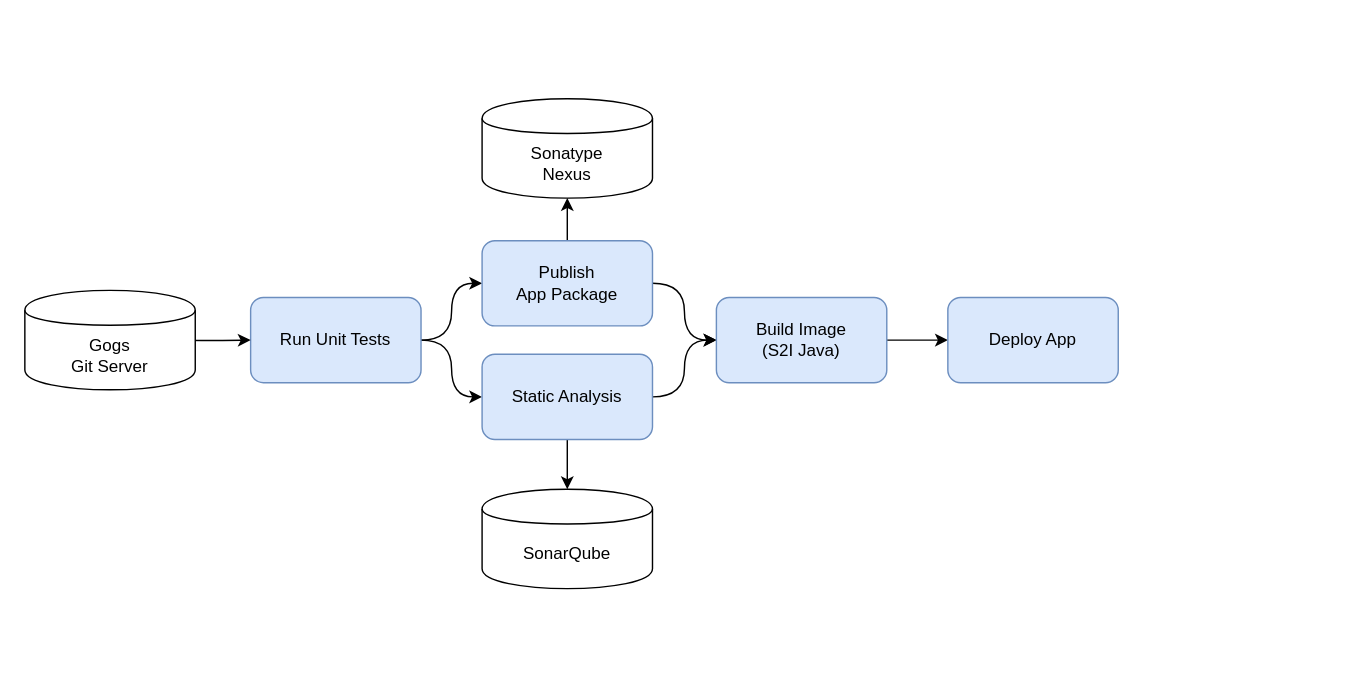
The draw.io diagram docs/pipeline-diagram.drawio in siamaksade/tekton-cd-demo, before the edit. Source tidied: cells renumbered, new cells numbered last; positions are measured from the earlier drawing's top-left corner, leaving out a move shared by most shapes. Both pictures are drawn from the tidied source at 142%, with x=0, y=0 at pixel (24, 98).
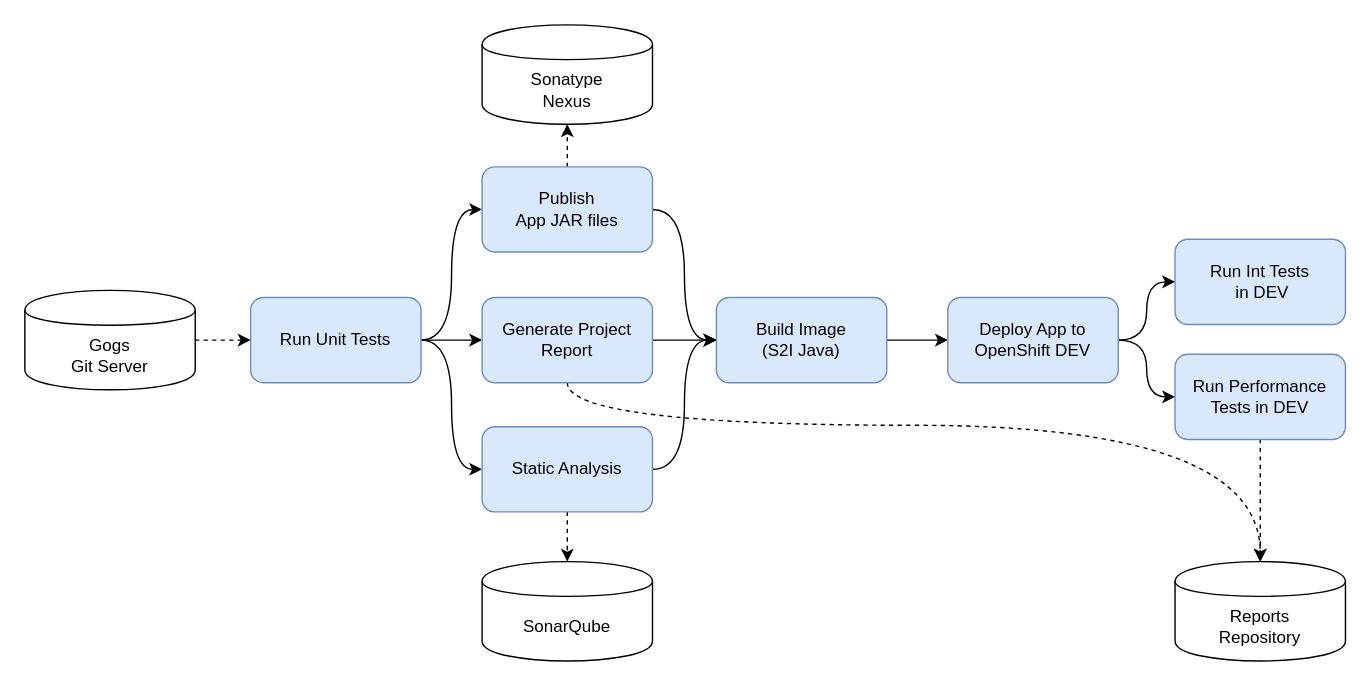
Above is the later version.

Unchanged cells that the change refers to:
```xml
<mxCell id="4" value="Run Unit Tests" style="rounded=1;whiteSpace=wrap;html=1;fillColor=#dae8fc;strokeColor=#6c8ebf;" parent="1" vertex="1">
  <mxGeometry x="159" y="140" width="120" height="60" as="geometry" />
</mxCell>
<mxCell id="6" value="Gogs &lt;br&gt;Git Server" style="shape=cylinder;whiteSpace=wrap;html=1;boundedLbl=1;backgroundOutline=1;" parent="1" vertex="1">
  <mxGeometry y="135" width="120" height="70" as="geometry" />
</mxCell>
<mxCell id="16" value="Build Image&lt;br&gt;(S2I Java)" style="rounded=1;whiteSpace=wrap;html=1;fillColor=#dae8fc;strokeColor=#6c8ebf;" parent="1" vertex="1">
  <mxGeometry x="487" y="140" width="120" height="60" as="geometry" />
</mxCell>
```

Diff of the diagram source:
```diff
@@
+    <mxCell id="18" style="edgeStyle=none;rounded=0;jettySize=auto;html=1;exitX=1;exitY=0.5;exitDx=0;exitDy=0;" parent="1" edge="1" source="4" target="23">
+      <mxGeometry relative="1" as="geometry" />
+    </mxCell>
@@
-    <mxCell id="5" style="edgeStyle=orthogonalEdgeStyle;curved=1;rounded=0;jettySize=auto;html=1;exitX=1;exitY=0.5;exitDx=0;exitDy=0;entryX=0;entryY=0.5;entryDx=0;entryDy=0;" parent="1" edge="1" target="4">
-      <mxGeometry relative="1" as="geometry">
-        <mxPoint x="87" y="170" as="sourcePoint" />
-      </mxGeometry>
+    <mxCell id="5" style="edgeStyle=orthogonalEdgeStyle;curved=1;rounded=0;jettySize=auto;html=1;exitX=1;exitY=0.5;exitDx=0;exitDy=0;entryX=0;entryY=0.5;entryDx=0;entryDy=0;dashed=1;" parent="1" edge="1" source="6" target="4">
+      <mxGeometry relative="1" as="geometry" />
     </mxCell>
@@
-    <mxCell id="7" style="edgeStyle=orthogonalEdgeStyle;curved=1;rounded=0;jettySize=auto;html=1;exitX=0.5;exitY=0;exitDx=0;exitDy=0;entryX=0.5;entryY=1;entryDx=0;entryDy=0;" parent="1" edge="1" source="9" target="13">
+    <mxCell id="7" style="edgeStyle=orthogonalEdgeStyle;curved=1;rounded=0;jettySize=auto;html=1;exitX=0.5;exitY=0;exitDx=0;exitDy=0;entryX=0.5;entryY=1;entryDx=0;entryDy=0;dashed=1;" parent="1" edge="1" source="9" target="13">
       <mxGeometry relative="1" as="geometry" />
     </mxCell>
@@
-    <mxCell id="9" value="Publish &lt;br&gt;App Package" style="rounded=1;whiteSpace=wrap;html=1;fillColor=#dae8fc;strokeColor=#6c8ebf;" parent="1" vertex="1">
-      <mxGeometry x="322" y="100" width="120" height="60" as="geometry" />
+    <mxCell id="9" value="Publish &lt;br&gt;App JAR files" style="rounded=1;whiteSpace=wrap;html=1;fillColor=#dae8fc;strokeColor=#6c8ebf;" parent="1" vertex="1">
+      <mxGeometry x="322" y="48" width="120" height="60" as="geometry" />
     </mxCell>
-    <mxCell id="10" style="edgeStyle=orthogonalEdgeStyle;curved=1;rounded=0;jettySize=auto;html=1;exitX=0.5;exitY=1;exitDx=0;exitDy=0;entryX=0.5;entryY=0;entryDx=0;entryDy=0;" parent="1" edge="1" source="12" target="14">
-      <mxGeometry relative="1" as="geometry" />
+    <mxCell id="10" style="edgeStyle=orthogonalEdgeStyle;curved=1;rounded=0;orthogonalLoop=1;jettySize=auto;html=1;exitX=0.5;exitY=1;exitDx=0;exitDy=0;entryX=0.5;entryY=0;entryDx=0;entryDy=0;dashed=1;" parent="1" edge="1">
+      <mxGeometry relative="1" as="geometry">
+        <mxPoint x="382" y="291" as="sourcePoint" />
+        <mxPoint x="382" y="326" as="targetPoint" />
+      </mxGeometry>
     </mxCell>
@@
     <mxCell id="12" value="Static Analysis" style="rounded=1;whiteSpace=wrap;html=1;fillColor=#dae8fc;strokeColor=#6c8ebf;" parent="1" vertex="1">
-      <mxGeometry x="322" y="180" width="120" height="60" as="geometry" />
+      <mxGeometry x="322" y="231" width="120" height="60" as="geometry" />
     </mxCell>
     <mxCell id="13" value="Sonatype &lt;br&gt;Nexus" style="shape=cylinder;whiteSpace=wrap;html=1;boundedLbl=1;backgroundOutline=1;" parent="1" vertex="1">
-      <mxGeometry x="322" width="120" height="70" as="geometry" />
+      <mxGeometry x="322" y="-52" width="120" height="70" as="geometry" />
     </mxCell>
     <mxCell id="14" value="SonarQube" style="shape=cylinder;whiteSpace=wrap;html=1;boundedLbl=1;backgroundOutline=1;" parent="1" vertex="1">
-      <mxGeometry x="322" y="275" width="120" height="70" as="geometry" />
+      <mxGeometry x="322" y="326" width="120" height="70" as="geometry" />
     </mxCell>
@@
+    <mxCell id="19" style="edgeStyle=orthogonalEdgeStyle;curved=1;rounded=0;jettySize=auto;html=1;exitX=1;exitY=0.5;exitDx=0;exitDy=0;entryX=0;entryY=0.5;entryDx=0;entryDy=0;" parent="1" edge="1" source="17" target="24">
+      <mxGeometry relative="1" as="geometry" />
+    </mxCell>
+    <mxCell id="20" style="edgeStyle=orthogonalEdgeStyle;curved=1;rounded=0;jettySize=auto;html=1;exitX=1;exitY=0.5;exitDx=0;exitDy=0;entryX=0;entryY=0.5;entryDx=0;entryDy=0;" parent="1" edge="1" source="17" target="26">
+      <mxGeometry relative="1" as="geometry" />
+    </mxCell>
-    <mxCell id="17" value="Deploy App" style="rounded=1;whiteSpace=wrap;html=1;fillColor=#dae8fc;strokeColor=#6c8ebf;" parent="1" vertex="1">
+    <mxCell id="17" value="Deploy App to OpenShift DEV" style="rounded=1;whiteSpace=wrap;html=1;fillColor=#dae8fc;strokeColor=#6c8ebf;" parent="1" vertex="1">
       <mxGeometry x="650" y="140" width="120" height="60" as="geometry" />
     </mxCell>
+    <mxCell id="21" style="edgeStyle=none;rounded=0;jettySize=auto;html=1;exitX=1;exitY=0.5;exitDx=0;exitDy=0;entryX=0;entryY=0.5;entryDx=0;entryDy=0;" parent="1" edge="1" source="23" target="16">
+      <mxGeometry relative="1" as="geometry" />
+    </mxCell>
+    <mxCell id="22" style="edgeStyle=orthogonalEdgeStyle;curved=1;rounded=0;jettySize=auto;html=1;exitX=0.5;exitY=1;exitDx=0;exitDy=0;entryX=0.5;entryY=0;entryDx=0;entryDy=0;dashed=1;" parent="1" edge="1" source="23" target="27">
+      <mxGeometry relative="1" as="geometry">
+        <Array as="points">
+          <mxPoint x="382" y="230" />
+          <mxPoint x="870" y="230" />
+        </Array>
+      </mxGeometry>
+    </mxCell>
+    <mxCell id="23" value="Generate Project Report" style="rounded=1;whiteSpace=wrap;html=1;fillColor=#dae8fc;strokeColor=#6c8ebf;" parent="1" vertex="1">
+      <mxGeometry x="322" y="140" width="120" height="60" as="geometry" />
+    </mxCell>
+    <mxCell id="24" value="Run Int Tests&lt;br&gt;&amp;nbsp;in DEV" style="rounded=1;whiteSpace=wrap;html=1;fillColor=#dae8fc;strokeColor=#6c8ebf;" parent="1" vertex="1">
+      <mxGeometry x="810" y="99" width="120" height="60" as="geometry" />
+    </mxCell>
+    <mxCell id="25" style="edgeStyle=orthogonalEdgeStyle;curved=1;rounded=0;jettySize=auto;html=1;exitX=0.5;exitY=1;exitDx=0;exitDy=0;entryX=0.5;entryY=0;entryDx=0;entryDy=0;dashed=1;" parent="1" edge="1" source="26" target="27">
+      <mxGeometry relative="1" as="geometry" />
+    </mxCell>
+    <mxCell id="26" value="Run Performance Tests in DEV" style="rounded=1;whiteSpace=wrap;html=1;fillColor=#dae8fc;strokeColor=#6c8ebf;" parent="1" vertex="1">
+      <mxGeometry x="810" y="180" width="120" height="60" as="geometry" />
+    </mxCell>
+    <mxCell id="27" value="Reports &lt;br&gt;Repository" style="shape=cylinder;whiteSpace=wrap;html=1;boundedLbl=1;backgroundOutline=1;" parent="1" vertex="1">
+      <mxGeometry x="810" y="326" width="120" height="70" as="geometry" />
+    </mxCell>
```
